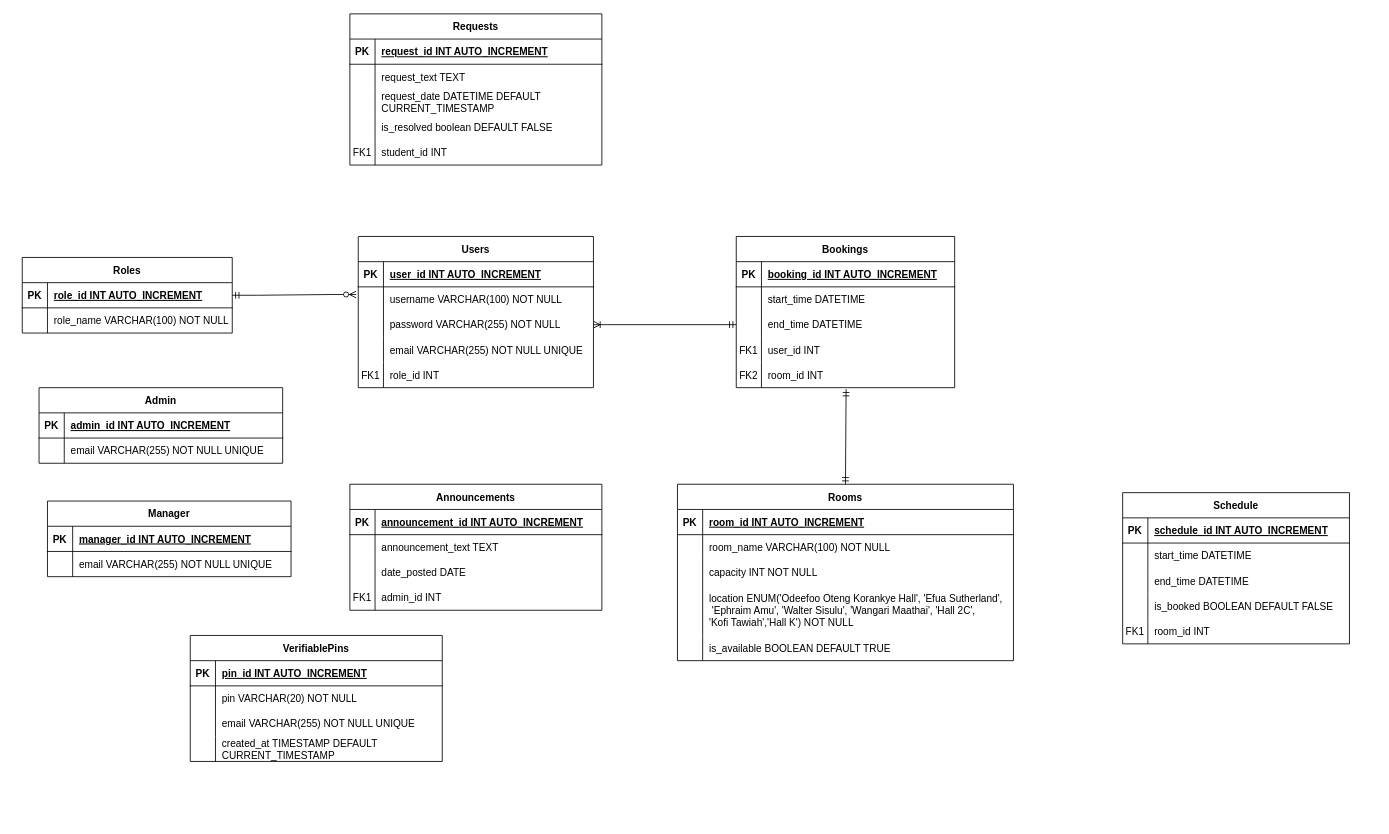
Earlier version of the draw.io diagram WebTechFinalProject/db/Untitled Diagram.drawio (Lamiorkor/WebTech_A_Team3). Source tidied: cells renumbered, new cells numbered last; positions are measured from the earlier drawing's top-left corner, leaving out a move shared by most shapes. Both pictures are drawn from the tidied source at 84%, with x=0, y=0 at pixel (22, 13).
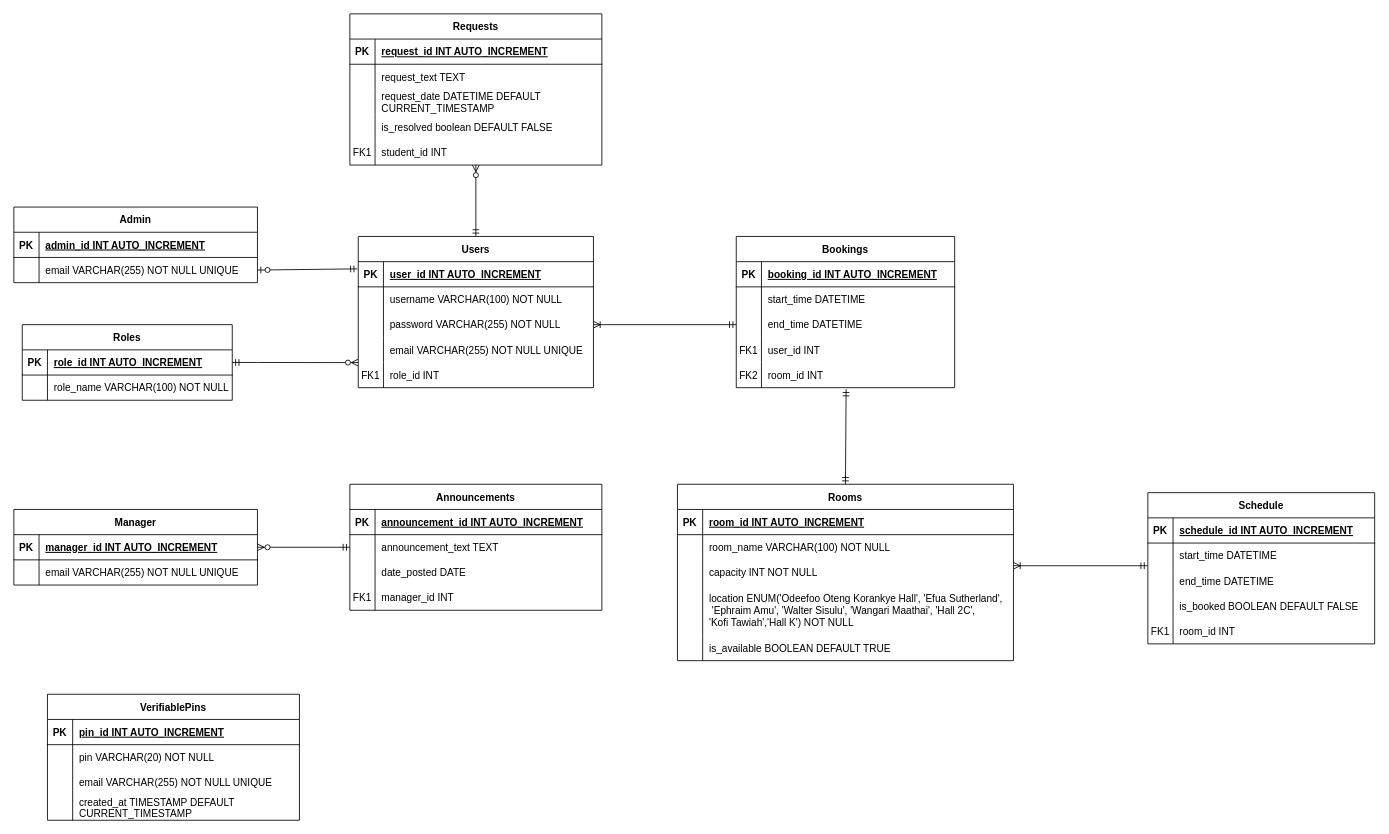
The same page after the edit.

The change refers to these unchanged cells:
```xml
<mxCell id="3" style="shape=partialRectangle;fillColor=none;points=[[0,0.5],[1,0.5]];portConstraint=eastwest;top=0;left=0;right=0;bottom=1;" parent="2" vertex="1">
  <mxGeometry y="30" width="250" height="30" as="geometry" />
</mxCell>
<mxCell id="9" value="Users" style="shape=table;startSize=30;childLayout=tableLayout;rowLines=0;fontStyle=1;align=center;" parent="1" vertex="1">
  <mxGeometry x="400" y="265" width="280" height="180" as="geometry" />
</mxCell>
<mxCell id="10" style="shape=partialRectangle;fillColor=none;points=[[0,0.5],[1,0.5]];portConstraint=eastwest;top=0;left=0;right=0;bottom=1;" parent="9" vertex="1">
  <mxGeometry y="30" width="280" height="30" as="geometry" />
</mxCell>
<mxCell id="13" style="shape=partialRectangle;fillColor=none;points=[[0,0.5],[1,0.5]];portConstraint=eastwest;top=0;left=0;right=0;bottom=0;" parent="9" vertex="1">
  <mxGeometry y="60" width="280" height="30" as="geometry" />
</mxCell>
<mxCell id="19" style="shape=partialRectangle;fillColor=none;points=[[0,0.5],[1,0.5]];portConstraint=eastwest;top=0;left=0;right=0;bottom=0;" parent="9" vertex="1">
  <mxGeometry y="120" width="280" height="30" as="geometry" />
</mxCell>
<mxCell id="61" style="shape=partialRectangle;fillColor=none;points=[[0,0.5],[1,0.5]];portConstraint=eastwest;top=0;left=0;right=0;bottom=0;" parent="57" vertex="1">
  <mxGeometry y="60" width="270" height="30" as="geometry" />
</mxCell>
<mxCell id="78" style="shape=partialRectangle;fillColor=none;points=[[0,0.5],[1,0.5]];portConstraint=eastwest;top=0;left=0;right=0;bottom=0;" parent="74" vertex="1">
  <mxGeometry y="60" width="300" height="30" as="geometry" />
</mxCell>
<mxCell id="84" style="shape=partialRectangle;fillColor=none;top=0;left=0;right=0;bottom=0;" parent="74" vertex="1">
  <mxGeometry y="120" width="300" height="30" as="geometry" />
</mxCell>
<mxCell id="109" style="shape=partialRectangle;fillColor=none;points=[[0,0.5],[1,0.5]];portConstraint=eastwest;top=0;left=0;right=0;bottom=0;" parent="105" vertex="1">
  <mxGeometry y="60" width="290" height="30" as="geometry" />
</mxCell>
<mxCell id="113" style="shape=partialRectangle;fillColor=none;points=[[0,0.5],[1,0.5]];portConstraint=eastwest;top=0;left=0;right=0;bottom=1;" parent="112" vertex="1">
  <mxGeometry y="30" width="290" height="30" as="geometry" />
</mxCell>
```

What changed in the source:
```diff
@@
     <mxCell id="2" value="Roles" style="shape=table;startSize=30;childLayout=tableLayout;rowLines=0;fontStyle=1;align=center;" parent="1" vertex="1">
-      <mxGeometry y="290" width="250" height="90" as="geometry" />
+      <mxGeometry y="370" width="250" height="90" as="geometry" />
     </mxCell>
@@
     <mxCell id="57" value="Schedule" style="shape=table;startSize=30;childLayout=tableLayout;rowLines=0;fontStyle=1;align=center;" parent="1" vertex="1">
-      <mxGeometry x="1310" y="570" width="270" height="180" as="geometry" />
+      <mxGeometry x="1340" y="570" width="270" height="180" as="geometry" />
     </mxCell>
@@
-    <mxCell id="73" style="edgeStyle=entityRelationEdgeStyle;fontSize=12;html=1;endArrow=ERzeroToMany;startArrow=ERmandOne;rounded=0;exitX=1;exitY=0.5;exitDx=0;exitDy=0;entryX=-0.009;entryY=0.304;entryDx=0;entryDy=0;entryPerimeter=0;" parent="1" edge="1" source="3" target="13">
+    <mxCell id="73" style="edgeStyle=entityRelationEdgeStyle;fontSize=12;html=1;endArrow=ERzeroToMany;startArrow=ERmandOne;rounded=0;exitX=1;exitY=0.5;exitDx=0;exitDy=0;entryX=-0.001;entryY=1.005;entryDx=0;entryDy=0;entryPerimeter=0;" parent="1" edge="1" source="3" target="19">
       <mxGeometry relative="1" as="geometry" />
     </mxCell>
@@
-    <mxCell id="86" value="admin_id INT" style="shape=partialRectangle;overflow=hidden;fillColor=none;top=0;left=0;bottom=0;right=0;align=left;spacingLeft=6;" parent="84" vertex="1">
+    <mxCell id="86" value="manager_id INT" style="shape=partialRectangle;overflow=hidden;fillColor=none;top=0;left=0;bottom=0;right=0;align=left;spacingLeft=6;" parent="84" vertex="1">
       <mxGeometry x="30" width="270" height="30" as="geometry" />
     </mxCell>
@@
     <mxCell id="105" value="Admin" style="shape=table;startSize=30;childLayout=tableLayout;rowLines=0;fontStyle=1;align=center;" parent="1" vertex="1">
-      <mxGeometry x="20" y="445" width="290" height="90" as="geometry" />
+      <mxGeometry x="-10" y="230" width="290" height="90" as="geometry" />
     </mxCell>
@@
     <mxCell id="112" value="Manager" style="shape=table;startSize=30;childLayout=tableLayout;rowLines=0;fontStyle=1;align=center;" parent="1" vertex="1">
-      <mxGeometry x="30" y="580" width="290" height="90" as="geometry" />
+      <mxGeometry x="-10" y="590" width="290" height="90" as="geometry" />
     </mxCell>
@@
     <mxCell id="119" value="VerifiablePins" style="shape=table;startSize=30;childLayout=tableLayout;rowLines=0;fontStyle=1;align=center;" parent="1" vertex="1">
-      <mxGeometry x="200" y="740" width="300" height="150" as="geometry" />
+      <mxGeometry x="30" y="810" width="300" height="150" as="geometry" />
     </mxCell>
@@
+    <mxCell id="132" style="fontSize=12;html=1;endArrow=ERzeroToMany;startArrow=ERmandOne;rounded=0;exitX=0;exitY=0.5;exitDx=0;exitDy=0;entryX=1;entryY=0.5;entryDx=0;entryDy=0;" parent="1" edge="1" source="78" target="113">
+      <mxGeometry relative="1" as="geometry" />
+    </mxCell>
+    <mxCell id="133" style="fontSize=12;html=1;endArrow=ERzeroToMany;startArrow=ERmandOne;rounded=0;" parent="1" edge="1" source="9">
+      <mxGeometry relative="1" as="geometry">
+        <mxPoint x="540" y="180" as="targetPoint" />
+      </mxGeometry>
+    </mxCell>
+    <mxCell id="134" style="fontSize=12;html=1;endArrow=ERzeroToOne;startArrow=ERmandOne;rounded=0;exitX=-0.004;exitY=0.286;exitDx=0;exitDy=0;entryX=1;entryY=0.5;entryDx=0;entryDy=0;exitPerimeter=0;" parent="1" edge="1" source="10" target="109">
+      <mxGeometry relative="1" as="geometry" />
+    </mxCell>
+    <mxCell id="135" style="fontSize=12;html=1;endArrow=ERoneToMany;startArrow=ERmandOne;rounded=0;exitX=-0.001;exitY=0.9;exitDx=0;exitDy=0;exitPerimeter=0;" parent="1" edge="1" source="61">
+      <mxGeometry relative="1" as="geometry">
+        <mxPoint x="1180" y="657" as="targetPoint" />
+      </mxGeometry>
+    </mxCell>
```
